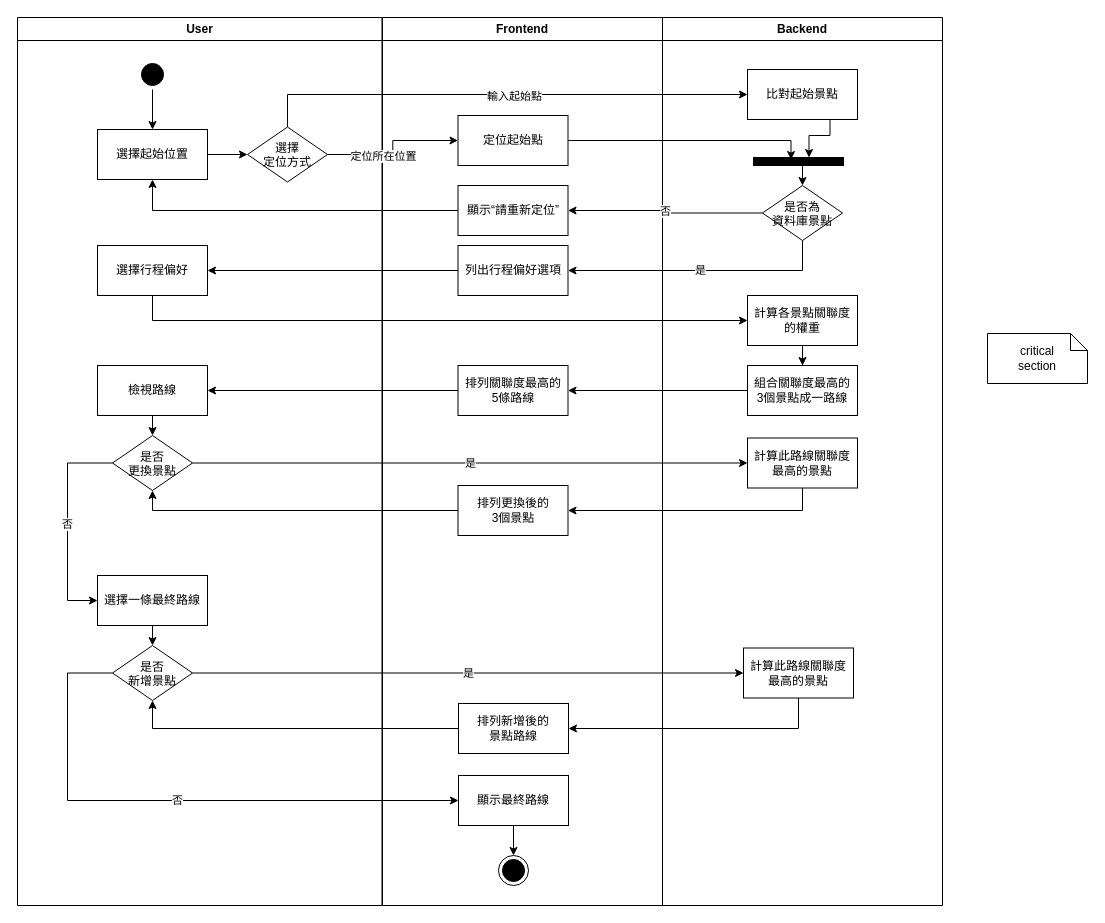
The draw.io diagram ActivityDiagram.drawio in Niomoo/PeteBudaeJjigae, before the edit. Source tidied: cells renumbered, new cells numbered last; positions are measured from the earlier drawing's top-left corner, leaving out a move shared by most shapes. Both pictures are drawn from the tidied source at 100%, with x=0, y=0 at pixel (17, 17).
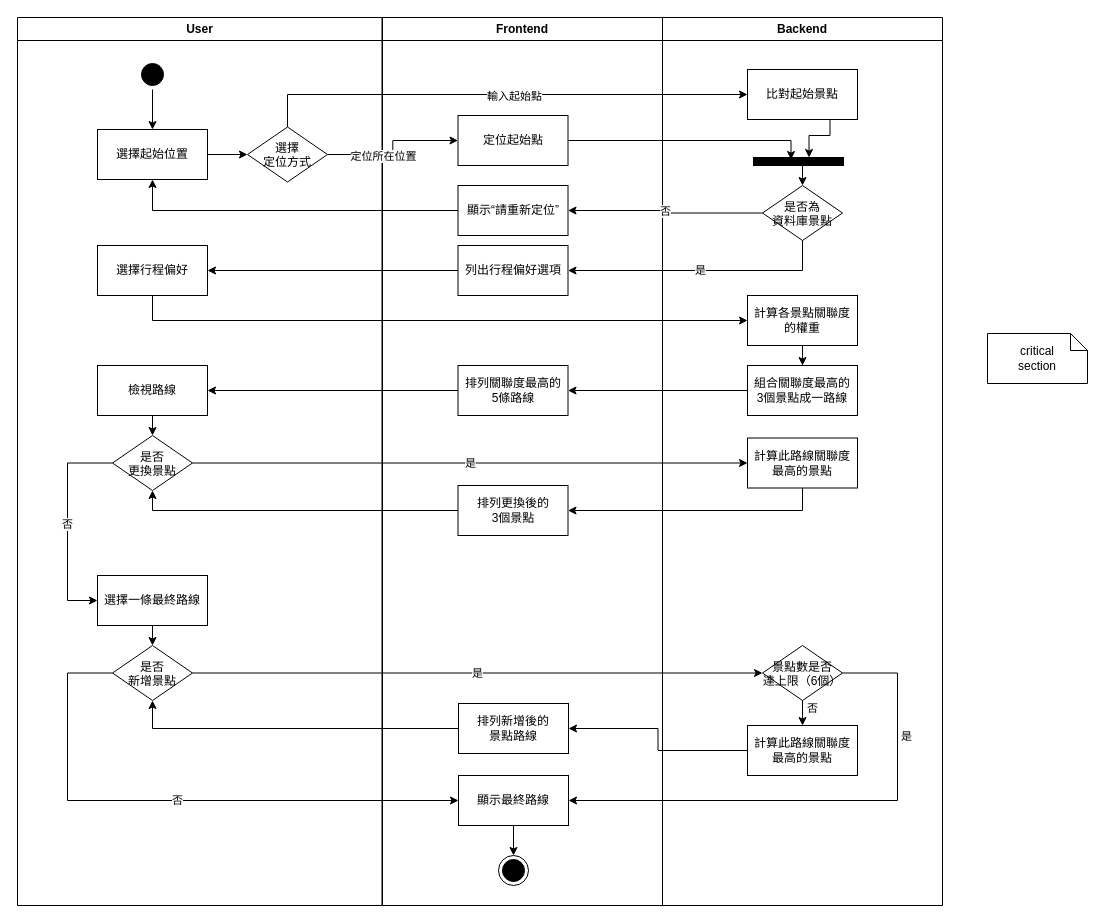
After the change.

Commit message:
Update max number of attractions

The change refers to these unchanged cells:
```xml
<mxCell id="15" value="是否&#10;新增景點" style="rhombus;fillColor=#FFFFFF;strokeColor=#000000;" parent="2" vertex="1">
  <mxGeometry x="95" y="628" width="80" height="55" as="geometry" />
</mxCell>
<mxCell id="24" value="顯示最終路線" style="rounded=0;whiteSpace=wrap;html=1;strokeColor=#000000;fillColor=#FFFFFF;" parent="16" vertex="1">
  <mxGeometry x="76" y="758" width="110" height="50" as="geometry" />
</mxCell>
<mxCell id="25" value="排列新增後的&lt;br&gt;景點路線" style="rounded=0;whiteSpace=wrap;html=1;strokeColor=#000000;fillColor=#FFFFFF;" parent="16" vertex="1">
  <mxGeometry x="76" y="686" width="110" height="50" as="geometry" />
</mxCell>
<mxCell id="26" value="Backend" style="swimlane;whiteSpace=wrap;" parent="1" vertex="1">
  <mxGeometry x="645" width="280" height="888" as="geometry" />
</mxCell>
```

What changed in the source:
```diff
@@
     <mxCell id="36" value="計算此路線關聯度&lt;br&gt;最高的景點" style="rounded=0;whiteSpace=wrap;html=1;strokeColor=#000000;fillColor=#FFFFFF;" parent="26" vertex="1">
-      <mxGeometry x="81" y="630.5" width="110" height="50" as="geometry" />
+      <mxGeometry x="85" y="708" width="110" height="50" as="geometry" />
     </mxCell>
+    <mxCell id="57" style="edgeStyle=orthogonalEdgeStyle;rounded=0;jettySize=auto;html=1;exitX=0.5;exitY=1;exitDx=0;exitDy=0;entryX=0.5;entryY=0;entryDx=0;entryDy=0;" parent="26" edge="1" source="58" target="36">
+      <mxGeometry relative="1" as="geometry" />
+    </mxCell>
+    <mxCell id="58" value="景點數是否&#10;達上限（6個）" style="rhombus;fillColor=#FFFFFF;strokeColor=#000000;" parent="26" vertex="1">
+      <mxGeometry x="100" y="628" width="80" height="55" as="geometry" />
+    </mxCell>
+    <mxCell id="59" value="否" style="edgeLabel;html=1;align=center;verticalAlign=middle;" parent="26" vertex="1">
+      <mxGeometry x="149" y="690" as="geometry" />
+    </mxCell>
@@
-    <mxCell id="53" value="是" style="edgeStyle=orthogonalEdgeStyle;rounded=0;jettySize=auto;html=1;exitX=1;exitY=0.5;exitDx=0;exitDy=0;strokeColor=#000000;fillColor=#000000;entryX=0;entryY=0.5;entryDx=0;entryDy=0;" parent="1" edge="1" source="15" target="36">
+    <mxCell id="53" value="是" style="edgeStyle=orthogonalEdgeStyle;rounded=0;jettySize=auto;html=1;exitX=1;exitY=0.5;exitDx=0;exitDy=0;strokeColor=#000000;fillColor=#000000;entryX=0;entryY=0.5;entryDx=0;entryDy=0;" parent="1" edge="1" source="15" target="58">
       <mxGeometry relative="1" as="geometry" />
     </mxCell>
-    <mxCell id="54" style="edgeStyle=orthogonalEdgeStyle;rounded=0;jettySize=auto;html=1;exitX=0.5;exitY=1;exitDx=0;exitDy=0;entryX=1;entryY=0.5;entryDx=0;entryDy=0;" parent="1" edge="1" source="36" target="25">
-      <mxGeometry relative="1" as="geometry" />
-    </mxCell>
@@
+    <mxCell id="60" style="edgeStyle=orthogonalEdgeStyle;rounded=0;jettySize=auto;html=1;exitX=1;exitY=0.5;exitDx=0;exitDy=0;entryX=1;entryY=0.5;entryDx=0;entryDy=0;" parent="1" edge="1" source="58" target="24">
+      <mxGeometry relative="1" as="geometry">
+        <Array as="points">
+          <mxPoint x="880" y="656" />
+          <mxPoint x="880" y="783" />
+        </Array>
+      </mxGeometry>
+    </mxCell>
+    <mxCell id="54" style="edgeStyle=orthogonalEdgeStyle;rounded=0;jettySize=auto;html=1;exitX=0;exitY=0.5;exitDx=0;exitDy=0;entryX=1;entryY=0.5;entryDx=0;entryDy=0;" parent="1" edge="1" source="36" target="25">
+      <mxGeometry relative="1" as="geometry" />
+    </mxCell>
+    <mxCell id="61" value="是" style="edgeLabel;html=1;align=center;verticalAlign=middle;" parent="1" vertex="1">
+      <mxGeometry x="808" y="700" as="geometry">
+        <mxPoint x="80" y="18" as="offset" />
+      </mxGeometry>
+    </mxCell>
```
